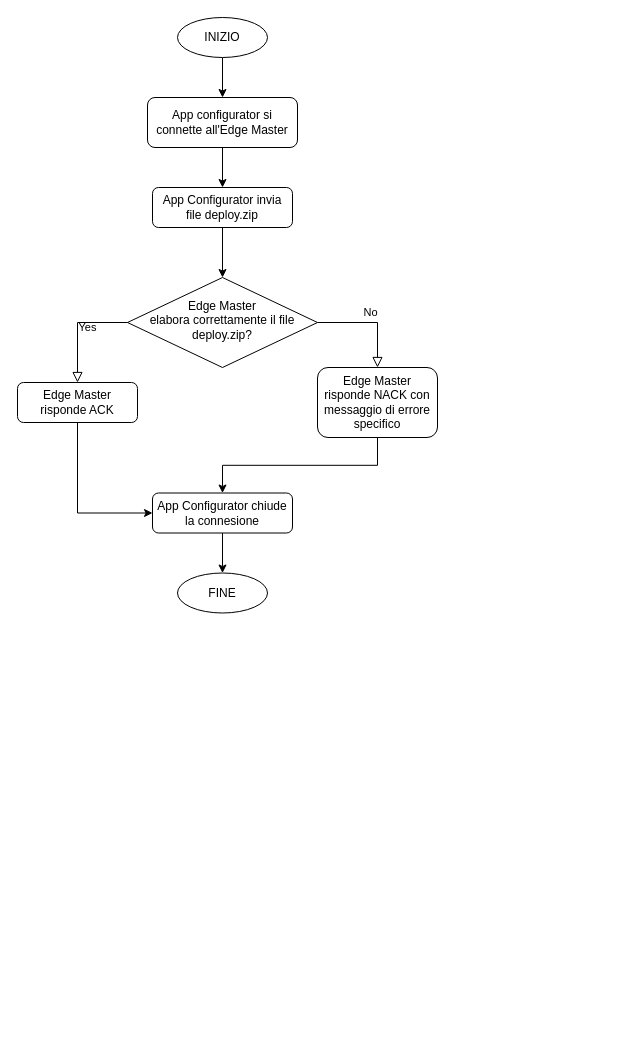
The draw.io diagram page "Page-2" (2 of 2) of Deploy semplice.drawio in maius91/maius91, before the edit. Source tidied: cells renumbered, new cells numbered last; positions are measured from the earlier drawing's top-left corner, leaving out a move shared by most shapes. Both pictures are drawn from the tidied source at 100%, with x=0, y=0 at pixel (17, 17).
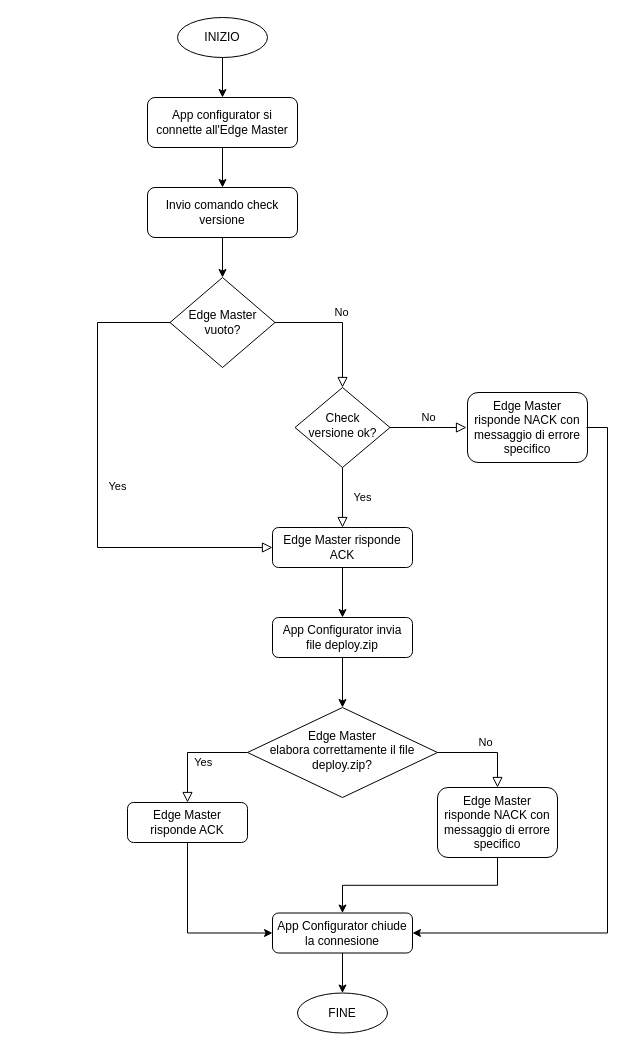
Above is the later version.

The change refers to these unchanged cells:
```xml
<mxCell id="3" value="App configurator si connette all'Edge Master" style="rounded=1;whiteSpace=wrap;html=1;fontSize=12;glass=0;strokeWidth=1;shadow=0;" parent="1" vertex="1">
  <mxGeometry x="130" y="80" width="150" height="50" as="geometry" />
</mxCell>
```

The edit, as a diff of the source:
```diff
@@
-    <mxCell id="2" style="edgeStyle=orthogonalEdgeStyle;rounded=0;jettySize=auto;html=1;entryX=0.5;entryY=0;entryDx=0;entryDy=0;" parent="1" edge="1" source="3" target="7">
-      <mxGeometry relative="1" as="geometry" />
-    </mxCell>
+    <mxCell id="18" style="edgeStyle=orthogonalEdgeStyle;rounded=0;jettySize=auto;html=1;exitX=0.5;exitY=1;exitDx=0;exitDy=0;" parent="1" edge="1" source="3" target="23">
+      <mxGeometry relative="1" as="geometry" />
+    </mxCell>
@@
     <mxCell id="5" value="App Configurator chiude la connesione" style="rounded=1;whiteSpace=wrap;html=1;fontSize=12;glass=0;strokeWidth=1;shadow=0;" parent="1" vertex="1">
-      <mxGeometry x="135" y="475.5" width="140" height="40" as="geometry" />
+      <mxGeometry x="255" y="895.5" width="140" height="40" as="geometry" />
     </mxCell>
@@
     <mxCell id="7" value="App Configurator invia &lt;br&gt;file deploy.zip" style="rounded=1;whiteSpace=wrap;html=1;fontSize=12;glass=0;strokeWidth=1;shadow=0;" parent="1" vertex="1">
-      <mxGeometry x="135" y="170" width="140" height="40" as="geometry" />
+      <mxGeometry x="255" y="600" width="140" height="40" as="geometry" />
     </mxCell>
     <mxCell id="8" value="Edge Master &lt;br&gt;elabora correttamente il file deploy.zip?" style="rhombus;whiteSpace=wrap;html=1;shadow=0;fontFamily=Helvetica;fontSize=12;align=center;strokeWidth=1;spacing=6;spacingTop=-4;" parent="1" vertex="1">
-      <mxGeometry x="110" y="260" width="190" height="90" as="geometry" />
+      <mxGeometry x="230" y="690" width="190" height="90" as="geometry" />
     </mxCell>
@@
     <mxCell id="11" value="Edge Master &lt;br&gt;risponde NACK con messaggio di errore specifico" style="rounded=1;whiteSpace=wrap;html=1;fontSize=12;glass=0;strokeWidth=1;shadow=0;" parent="1" vertex="1">
-      <mxGeometry x="300" y="350" width="120" height="70" as="geometry" />
+      <mxGeometry x="420" y="770" width="120" height="70" as="geometry" />
     </mxCell>
@@
     <mxCell id="13" value="Edge Master &lt;br&gt;risponde ACK" style="rounded=1;whiteSpace=wrap;html=1;fontSize=12;glass=0;strokeWidth=1;shadow=0;" parent="1" vertex="1">
-      <mxGeometry y="365" width="120" height="40" as="geometry" />
+      <mxGeometry x="110" y="785" width="120" height="40" as="geometry" />
     </mxCell>
     <mxCell id="14" value="FINE" style="ellipse;whiteSpace=wrap;html=1;" parent="1" vertex="1">
-      <mxGeometry x="160" y="555.5" width="90" height="40" as="geometry" />
+      <mxGeometry x="280" y="975.5" width="90" height="40" as="geometry" />
     </mxCell>
@@
-    <mxCell id="17" value="Yes" style="edgeStyle=orthogonalEdgeStyle;rounded=0;jettySize=auto;fontSize=11;endArrow=block;endFill=0;endSize=8;strokeWidth=1;shadow=0;labelBackgroundColor=none;html=1;exitX=0;exitY=0.5;exitDx=0;exitDy=0;entryX=0.5;entryY=0;entryDx=0;entryDy=0;verticalAlign=middle;" parent="1" edge="1" source="8" target="13">
+    <mxCell id="17" value="&amp;nbsp; &amp;nbsp; &amp;nbsp; &amp;nbsp;Yes" style="edgeStyle=orthogonalEdgeStyle;rounded=0;jettySize=auto;fontSize=11;endArrow=block;endFill=0;endSize=8;strokeWidth=1;shadow=0;labelBackgroundColor=none;html=1;exitX=0;exitY=0.5;exitDx=0;exitDy=0;entryX=0.5;entryY=0;entryDx=0;entryDy=0;verticalAlign=middle;" parent="1" edge="1" source="8" target="13">
       <mxGeometry y="10" relative="1" as="geometry" />
     </mxCell>
+    <mxCell id="19" value="No" style="edgeStyle=orthogonalEdgeStyle;rounded=0;jettySize=auto;fontSize=11;endArrow=block;endFill=0;endSize=8;strokeWidth=1;shadow=0;labelBackgroundColor=none;html=1;" parent="1" edge="1" source="20">
+      <mxGeometry y="10" relative="1" as="geometry">
+        <mxPoint x="449" y="410" as="targetPoint" />
+      </mxGeometry>
+    </mxCell>
+    <mxCell id="20" value="Check &lt;br&gt;versione ok?" style="rhombus;whiteSpace=wrap;html=1;shadow=0;fontFamily=Helvetica;fontSize=12;align=center;strokeWidth=1;spacing=6;spacingTop=-4;" parent="1" vertex="1">
+      <mxGeometry x="277.5" y="370" width="95" height="80" as="geometry" />
+    </mxCell>
+    <mxCell id="21" style="edgeStyle=orthogonalEdgeStyle;rounded=0;jettySize=auto;html=1;exitX=1;exitY=0.5;exitDx=0;exitDy=0;entryX=1;entryY=0.5;entryDx=0;entryDy=0;startArrow=none;" parent="1" edge="1" source="27" target="5">
+      <mxGeometry relative="1" as="geometry" />
+    </mxCell>
+    <mxCell id="22" style="edgeStyle=orthogonalEdgeStyle;rounded=0;jettySize=auto;html=1;exitX=0.5;exitY=1;exitDx=0;exitDy=0;" parent="1" edge="1" source="23" target="29">
+      <mxGeometry relative="1" as="geometry" />
+    </mxCell>
+    <mxCell id="23" value="Invio comando check versione" style="rounded=1;whiteSpace=wrap;html=1;fontSize=12;glass=0;strokeWidth=1;shadow=0;" parent="1" vertex="1">
+      <mxGeometry x="130" y="170" width="150" height="50" as="geometry" />
+    </mxCell>
+    <mxCell id="24" value="Yes" style="rounded=0;html=1;jettySize=auto;fontSize=11;endArrow=block;endFill=0;endSize=8;strokeWidth=1;shadow=0;labelBackgroundColor=none;edgeStyle=orthogonalEdgeStyle;exitX=0.5;exitY=1;exitDx=0;exitDy=0;entryX=0.5;entryY=0;entryDx=0;entryDy=0;" parent="1" edge="1" source="20" target="26">
+      <mxGeometry y="20" relative="1" as="geometry" />
+    </mxCell>
+    <mxCell id="25" style="edgeStyle=orthogonalEdgeStyle;rounded=0;jettySize=auto;html=1;exitX=0.5;exitY=1;exitDx=0;exitDy=0;entryX=0.5;entryY=0;entryDx=0;entryDy=0;" parent="1" edge="1" source="26" target="7">
+      <mxGeometry relative="1" as="geometry" />
+    </mxCell>
+    <mxCell id="26" value="Edge Master risponde ACK" style="rounded=1;whiteSpace=wrap;html=1;fontSize=12;glass=0;strokeWidth=1;shadow=0;" parent="1" vertex="1">
+      <mxGeometry x="255" y="510" width="140" height="40" as="geometry" />
+    </mxCell>
+    <mxCell id="27" value="Edge Master &lt;br&gt;risponde NACK con messaggio di errore specifico" style="rounded=1;whiteSpace=wrap;html=1;fontSize=12;glass=0;strokeWidth=1;shadow=0;" parent="1" vertex="1">
+      <mxGeometry x="450" y="375" width="120" height="70" as="geometry" />
+    </mxCell>
+    <mxCell id="28" style="edgeStyle=orthogonalEdgeStyle;rounded=0;jettySize=auto;html=1;exitX=1;exitY=0.5;exitDx=0;exitDy=0;entryX=1;entryY=0.5;entryDx=0;entryDy=0;endArrow=none;" parent="1" edge="1" target="27">
+      <mxGeometry relative="1" as="geometry">
+        <mxPoint x="569" y="410" as="sourcePoint" />
+      </mxGeometry>
+    </mxCell>
+    <mxCell id="29" value="Edge Master&lt;br&gt;vuoto?" style="rhombus;whiteSpace=wrap;html=1;" parent="1" vertex="1">
+      <mxGeometry x="152.5" y="260" width="105" height="90" as="geometry" />
+    </mxCell>
+    <mxCell id="30" value="Yes" style="rounded=0;html=1;jettySize=auto;fontSize=11;endArrow=block;endFill=0;endSize=8;strokeWidth=1;shadow=0;labelBackgroundColor=none;edgeStyle=orthogonalEdgeStyle;exitX=0;exitY=0.5;exitDx=0;exitDy=0;entryX=0;entryY=0.5;entryDx=0;entryDy=0;" parent="1" edge="1" source="29" target="26">
+      <mxGeometry y="20" relative="1" as="geometry">
+        <Array as="points">
+          <mxPoint x="80" y="305" />
+          <mxPoint x="80" y="530" />
+        </Array>
+      </mxGeometry>
+    </mxCell>
+    <mxCell id="31" value="No" style="edgeStyle=orthogonalEdgeStyle;rounded=0;jettySize=auto;fontSize=11;endArrow=block;endFill=0;endSize=8;strokeWidth=1;shadow=0;labelBackgroundColor=none;html=1;exitX=1;exitY=0.5;exitDx=0;exitDy=0;entryX=0.5;entryY=0;entryDx=0;entryDy=0;" parent="1" edge="1" source="29" target="20">
+      <mxGeometry y="10" relative="1" as="geometry" />
+    </mxCell>
```
